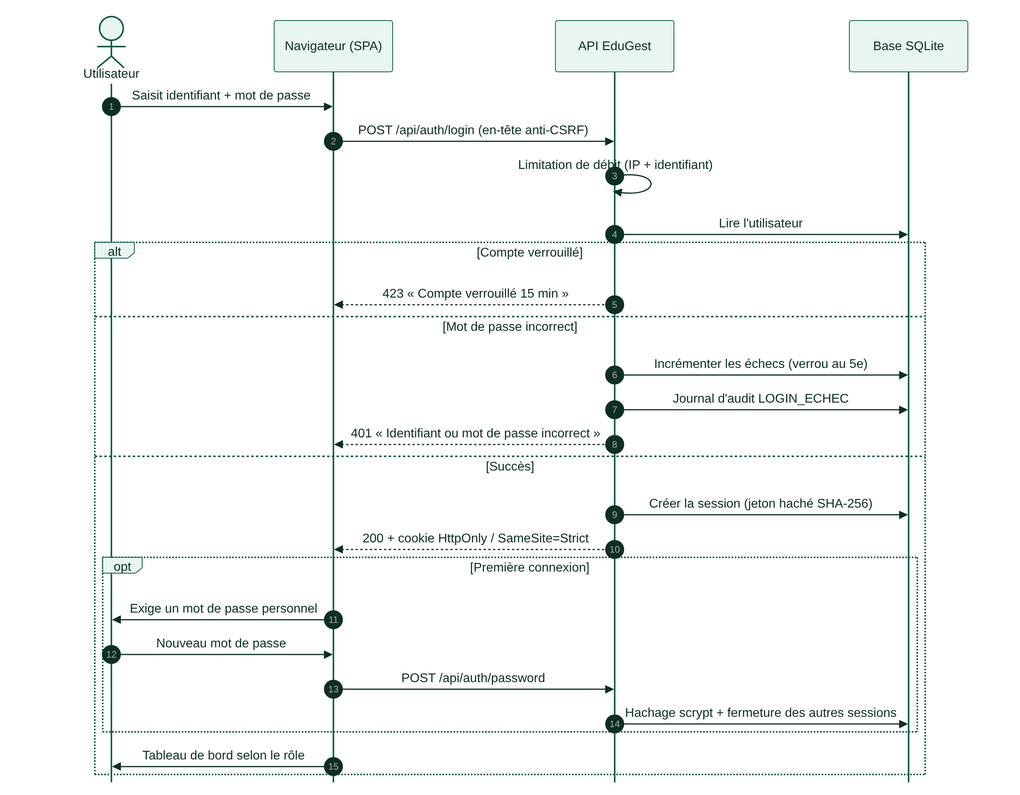
Above: docs/uml/04_seq_authentification.png in ANDJE30/MY_WORLD (Mermaid), before the change. Its source is kept beside it as docs/uml/04_seq_authentification.mmd.
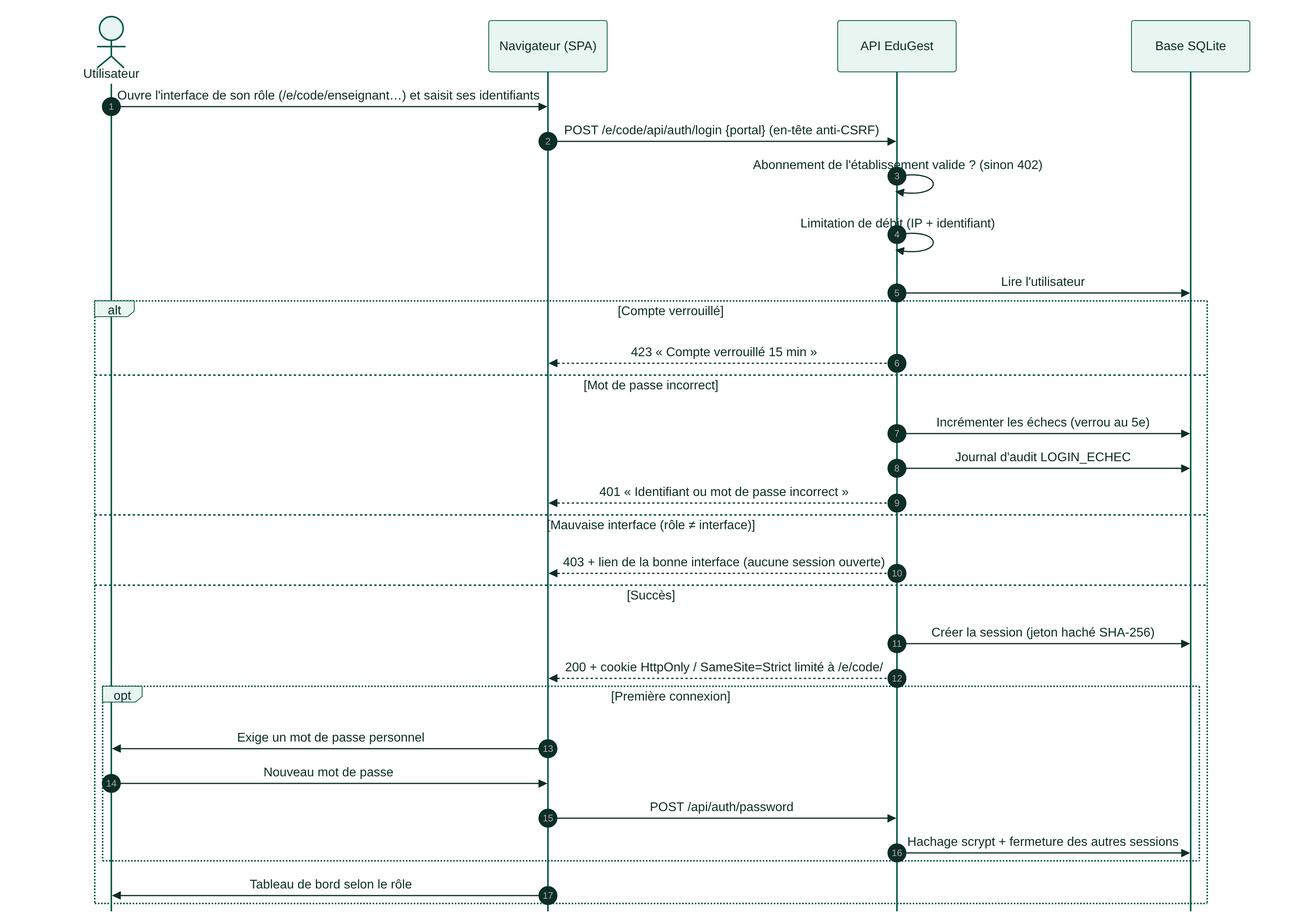
After the change.

Change to the diagram source:
```diff
@@ -4,8 +4,9 @@
   participant N as Navigateur (SPA)
   participant API as API EduGest
   participant DB as Base SQLite
-  U->>N: Saisit identifiant + mot de passe
-  N->>API: POST /api/auth/login (en-tête anti-CSRF)
+  U->>N: Ouvre l'interface de son rôle (/e/code/enseignant…) et saisit ses identifiants
+  N->>API: POST /e/code/api/auth/login {portal} (en-tête anti-CSRF)
+  API->>API: Abonnement de l'établissement valide ? (sinon 402)
   API->>API: Limitation de débit (IP + identifiant)
   API->>DB: Lire l'utilisateur
   alt Compte verrouillé
@@ -14,9 +15,11 @@
     API->>DB: Incrémenter les échecs (verrou au 5e)
     API->>DB: Journal d'audit LOGIN_ECHEC
     API-->>N: 401 « Identifiant ou mot de passe incorrect »
+  else Mauvaise interface (rôle ≠ interface)
+    API-->>N: 403 + lien de la bonne interface (aucune session ouverte)
   else Succès
     API->>DB: Créer la session (jeton haché SHA-256)
-    API-->>N: 200 + cookie HttpOnly / SameSite=Strict
+    API-->>N: 200 + cookie HttpOnly / SameSite=Strict limité à /e/code/
     opt Première connexion
       N->>U: Exige un mot de passe personnel
       U->>N: Nouveau mot de passe
```
